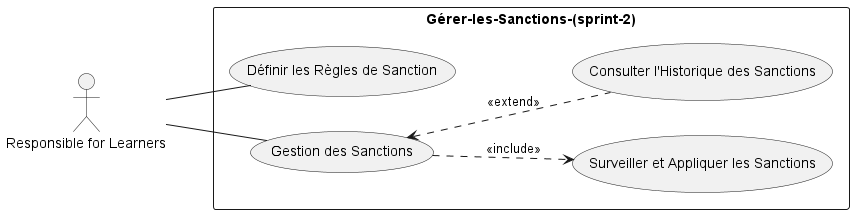
The PlantUML diagram out/Functional Branch/Use Case/Use-Case-Sprint2/Use-Case-Sprint2.png in Tribak-Ayoub/Project-fil-rouge, before a commit.
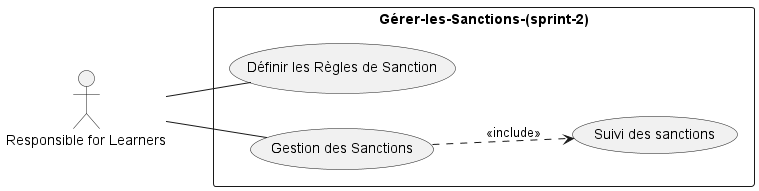
The same diagram one commit later.

The edit, as a diff of the source:
```diff
@@ -4,8 +4,7 @@
 
 rectangle Gérer-les-Sanctions-(sprint-2) {
   usecase "Définir les Règles de Sanction" as UC1
-  usecase "Surveiller et Appliquer les Sanctions" as UC2
-  usecase "Consulter l'Historique des Sanctions" as UC4
+  usecase "Suivi des sanctions" as UC2
   usecase "Gestion des Sanctions" as UC5
 }
 
@@ -13,7 +12,6 @@
 Admin -- UC5
 Admin -- UC1
 
-UC5 <.. UC4 : <<extend>>
 UC5 ..> UC2 : <<include>>
 
 @enduml
```
